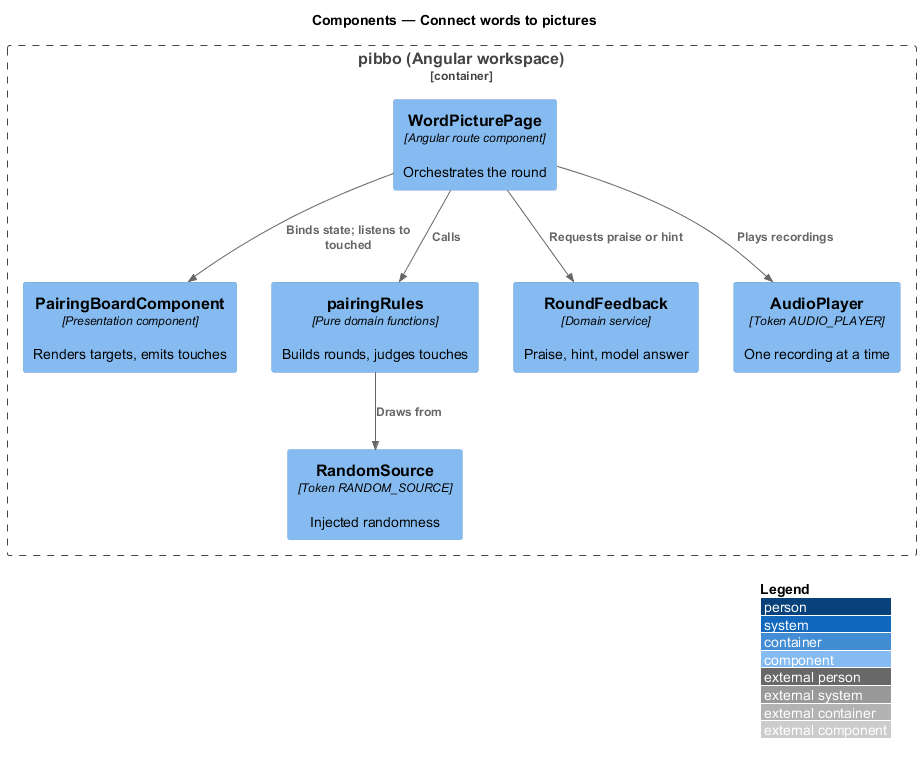
The PlantUML diagram docs/detailed-designs/sound-out/connect-words-to-pictures/diagrams/c4-component.png in QuinntyneBrown/pibbo, before a commit.
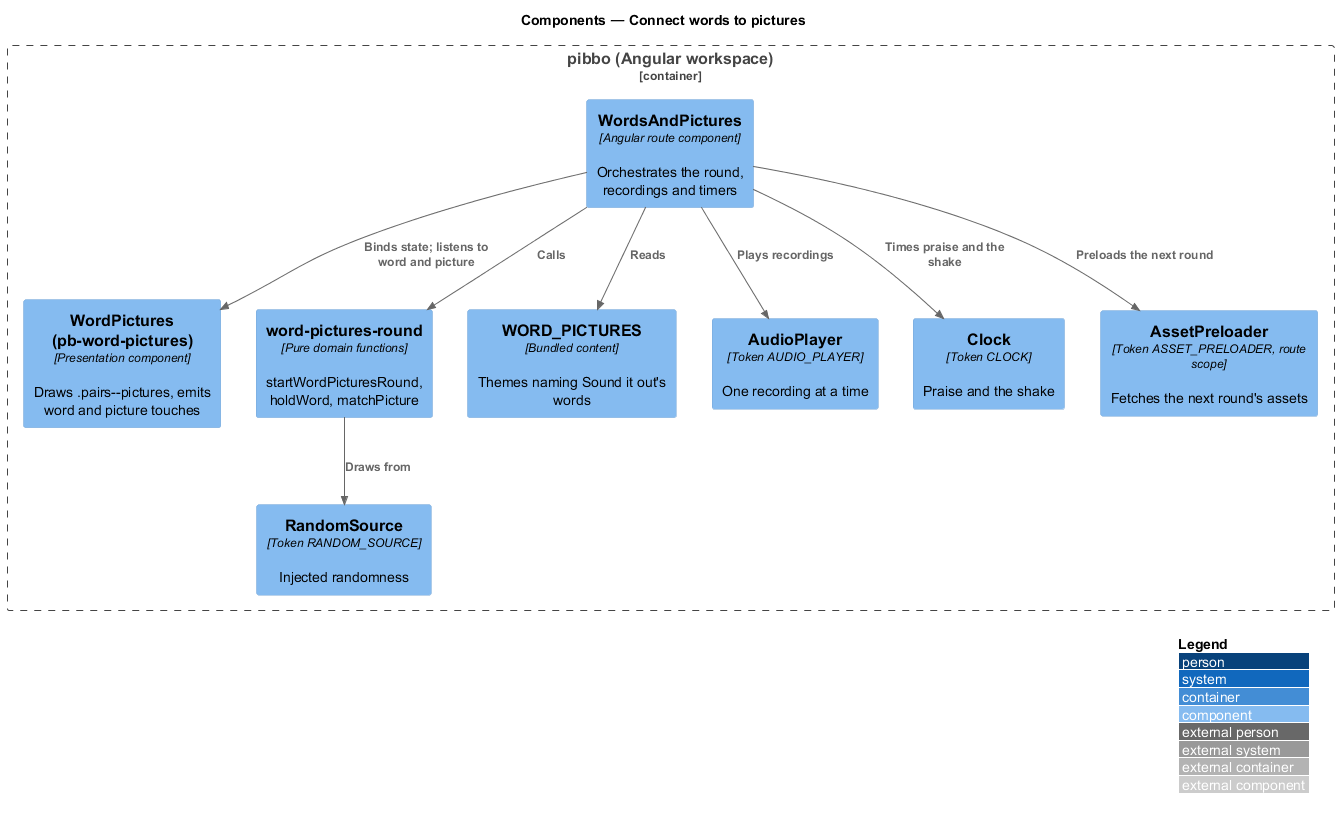
After the commit.

Diff of the diagram source:
```diff
@@ -3,16 +3,20 @@
 LAYOUT_WITH_LEGEND()
 title Components — Connect words to pictures
 Container_Boundary(b, "pibbo (Angular workspace)") {
-  Component(page, "WordPicturePage", "Angular route component", "Orchestrates the round")
-  Component(view, "PairingBoardComponent", "Presentation component", "Renders targets, emits touches")
-  Component(rules, "pairingRules", "Pure domain functions", "Builds rounds, judges touches")
-  Component(fb, "RoundFeedback", "Domain service", "Praise, hint, model answer")
+  Component(page, "WordsAndPictures", "Angular route component", "Orchestrates the round, recordings and timers")
+  Component(view, "WordPictures (pb-word-pictures)", "Presentation component", "Draws .pairs--pictures, emits word and picture touches")
+  Component(rules, "word-pictures-round", "Pure domain functions", "startWordPicturesRound, holdWord, matchPicture")
+  Component(content, "WORD_PICTURES", "Bundled content", "Themes naming Sound it out's words")
   Component(audio, "AudioPlayer", "Token AUDIO_PLAYER", "One recording at a time")
   Component(rnd, "RandomSource", "Token RANDOM_SOURCE", "Injected randomness")
+  Component(clock, "Clock", "Token CLOCK", "Praise and the shake")
+  Component(pre, "AssetPreloader", "Token ASSET_PRELOADER, route scope", "Fetches the next round's assets")
 }
-Rel(page, view, "Binds state; listens to touched")
+Rel(page, view, "Binds state; listens to word and picture")
 Rel(page, rules, "Calls")
+Rel(page, content, "Reads")
 Rel(rules, rnd, "Draws from")
 Rel(page, audio, "Plays recordings")
-Rel(page, fb, "Requests praise or hint")
+Rel(page, clock, "Times praise and the shake")
+Rel(page, pre, "Preloads the next round")
 @enduml
```
